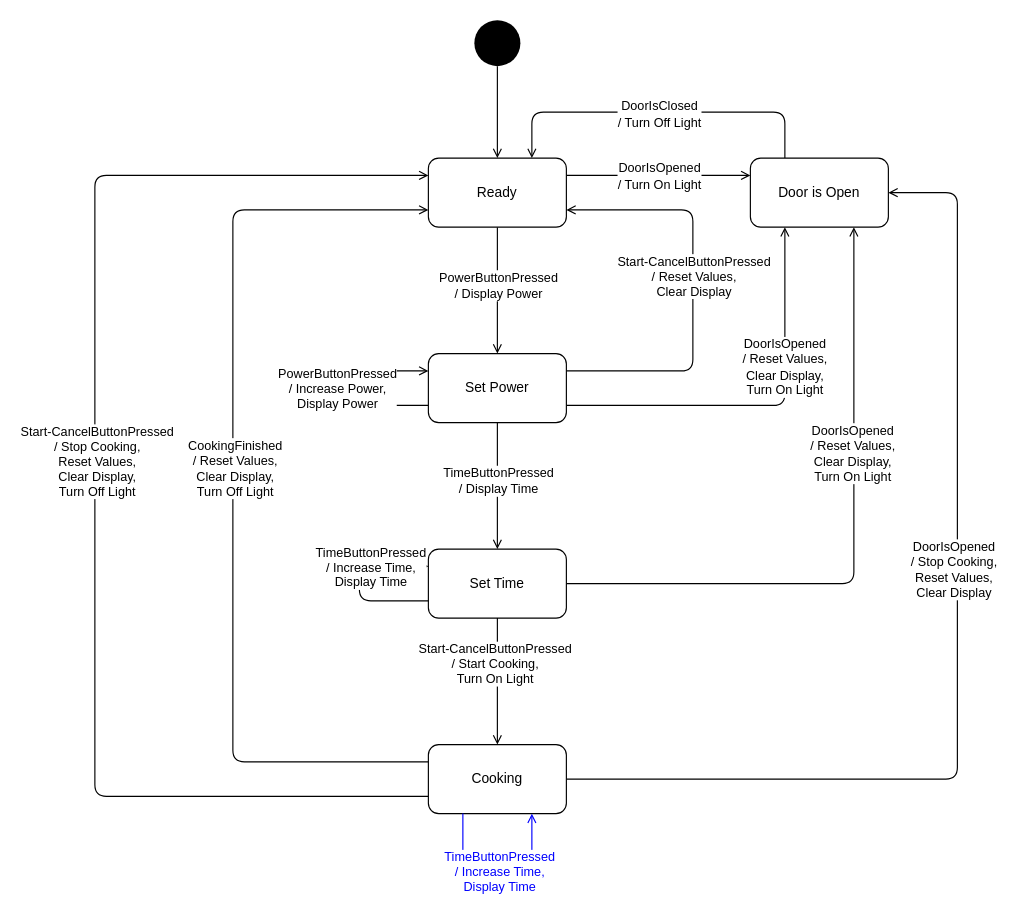
This is docs/figs/stateMachine.drawio from bedstitest/handin03_MicrowaveOven, a draw.io file, before an edit. Source tidied: cells renumbered, new cells numbered last; positions are measured from the earlier drawing's top-left corner, leaving out a move shared by most shapes. Both pictures are drawn from the tidied source at 115%, with x=0, y=0 at pixel (94, 20).
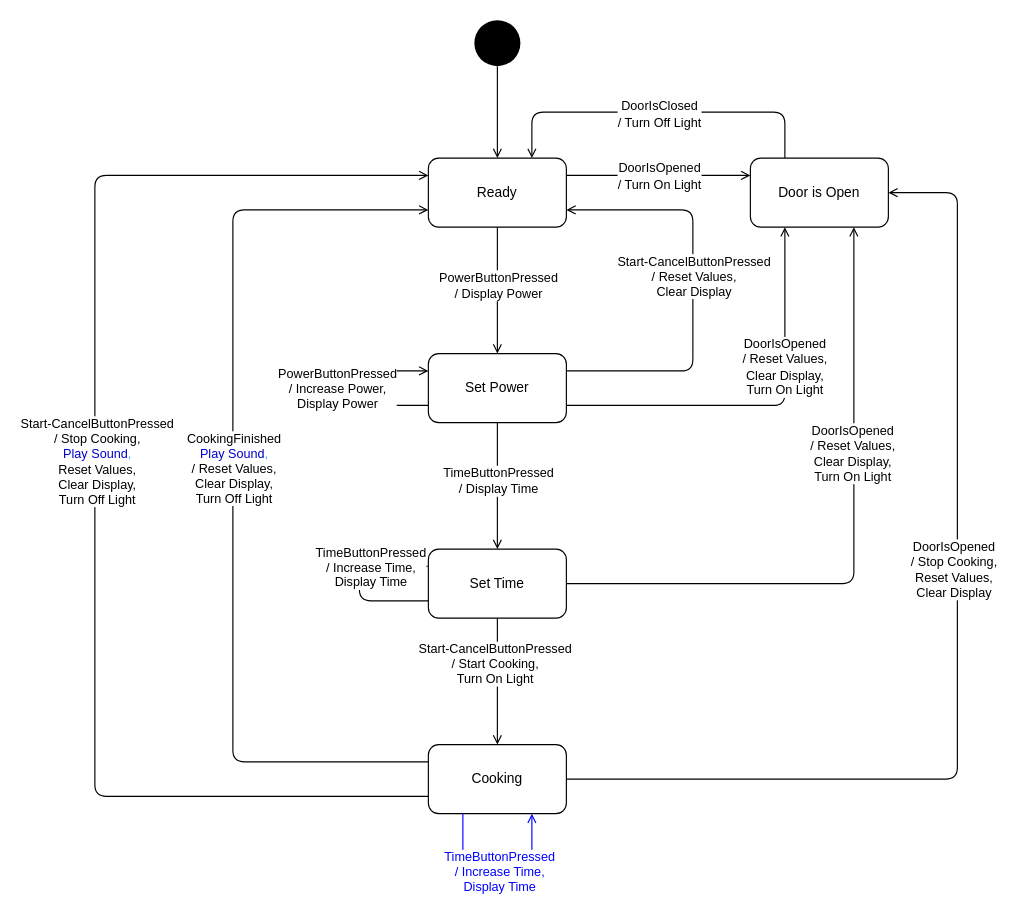
The same diagram, later.

Commit message (it also covers changes not shown here):
working on diagrams

The change refers to these unchanged cells:
```xml
<mxCell id="21" style="edgeStyle=orthogonalEdgeStyle;html=1;exitX=0;exitY=0.25;exitDx=0;exitDy=0;entryX=0;entryY=0.75;entryDx=0;entryDy=0;endArrow=open;endFill=0;" parent="1" edge="1" source="27" target="6">
  <mxGeometry relative="1" as="geometry">
    <Array as="points">
      <mxPoint x="120" y="645" />
      <mxPoint x="120" y="165" />
    </Array>
  </mxGeometry>
</mxCell>
<mxCell id="23" style="edgeStyle=orthogonalEdgeStyle;html=1;exitX=0;exitY=0.75;exitDx=0;exitDy=0;entryX=0;entryY=0.25;entryDx=0;entryDy=0;endArrow=open;endFill=0;" parent="1" edge="1" source="27" target="6">
  <mxGeometry relative="1" as="geometry">
    <Array as="points">
      <mxPoint y="675" />
      <mxPoint y="135" />
    </Array>
  </mxGeometry>
</mxCell>
```

Diff of the diagram source:
```diff
@@
-    <mxCell id="22" value="CookingFinished&lt;br&gt;/ Reset Values,&lt;br&gt;Clear Display,&lt;br&gt;Turn Off Light" style="edgeLabel;html=1;align=center;verticalAlign=middle;" parent="21" vertex="1">
-      <mxGeometry x="0.04" y="-1" relative="1" as="geometry" />
+    <mxCell id="22" value="CookingFinished&lt;br&gt;&lt;font color=&quot;#0000cc&quot;&gt;Play Sound&lt;/font&gt;&lt;font color=&quot;#3399ff&quot;&gt;,&lt;/font&gt;&lt;br&gt;/ Reset Values,&lt;br&gt;Clear Display,&lt;br&gt;Turn Off Light" style="edgeLabel;html=1;align=center;verticalAlign=middle;" parent="21" vertex="1">
+      <mxGeometry x="0.04" y="-1" relative="1" as="geometry">
+        <mxPoint x="-1" as="offset" />
+      </mxGeometry>
     </mxCell>
@@
-    <mxCell id="24" value="Start-CancelButtonPressed&lt;br&gt;/ Stop Cooking,&lt;br&gt;Reset Values,&lt;br&gt;Clear Display,&lt;br&gt;Turn Off Light" style="edgeLabel;html=1;align=center;verticalAlign=middle;" parent="23" vertex="1">
+    <mxCell id="24" value="Start-CancelButtonPressed&lt;br&gt;/ Stop Cooking,&lt;br&gt;&lt;font color=&quot;#0000cc&quot;&gt;Play Sound&lt;/font&gt;&lt;font color=&quot;#3399ff&quot;&gt;,&lt;/font&gt;&lt;br&gt;Reset Values,&lt;br&gt;Clear Display,&lt;br&gt;Turn Off Light" style="edgeLabel;html=1;align=center;verticalAlign=middle;" parent="23" vertex="1">
       <mxGeometry x="0.04" y="-1" relative="1" as="geometry" />
     </mxCell>
```
